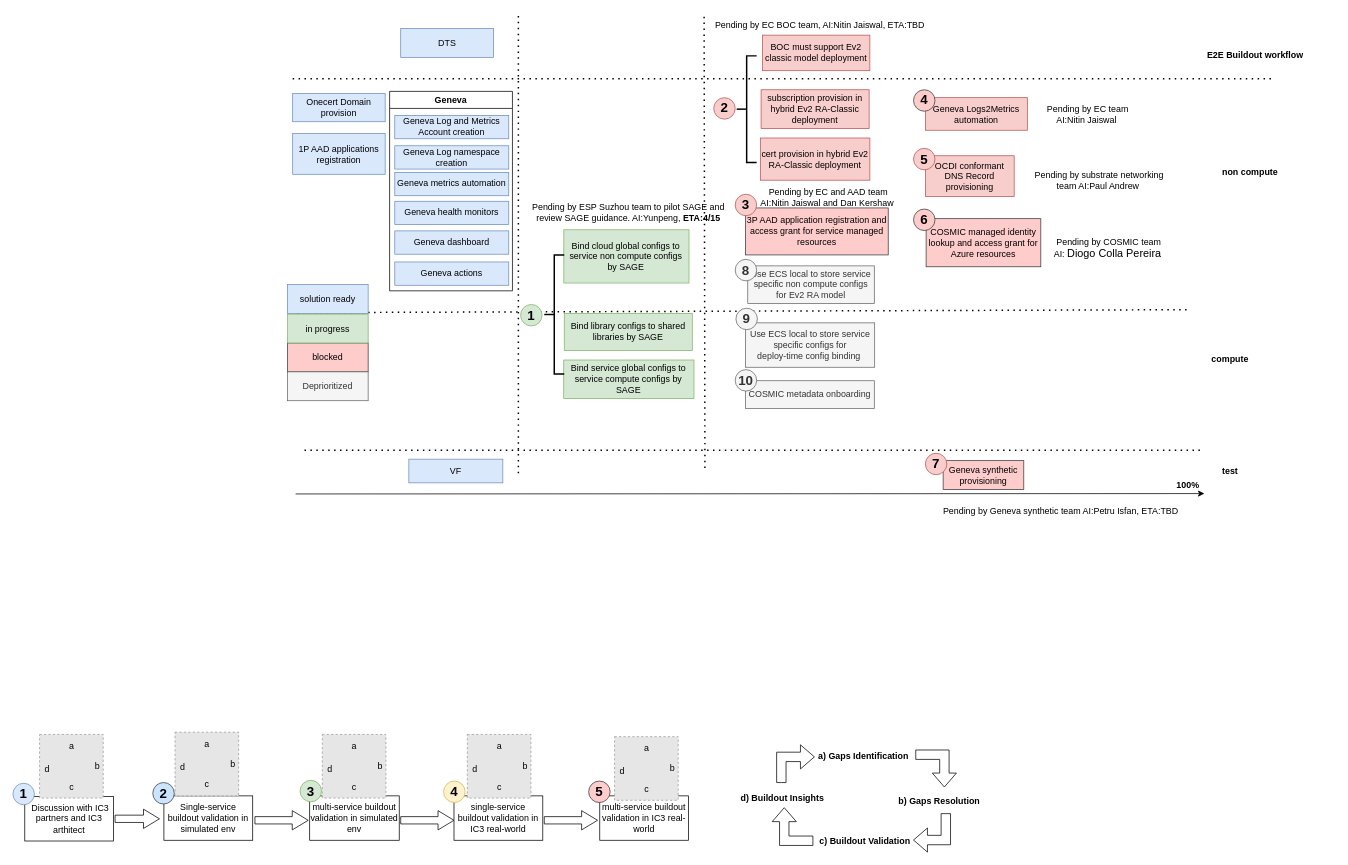
Before: page "automation status overview" (9 of 10) of buildout.drawio in nonly/timewheel, a draw.io diagram. Source tidied: cells renumbered, new cells numbered last; positions are measured from the earlier drawing's top-left corner, leaving out a move shared by most shapes. Both pictures are drawn from the tidied source at 74%, with x=0, y=0 at pixel (13, 13). Pictures stored in the file or linked from it are replaced by grey dashed boxes.
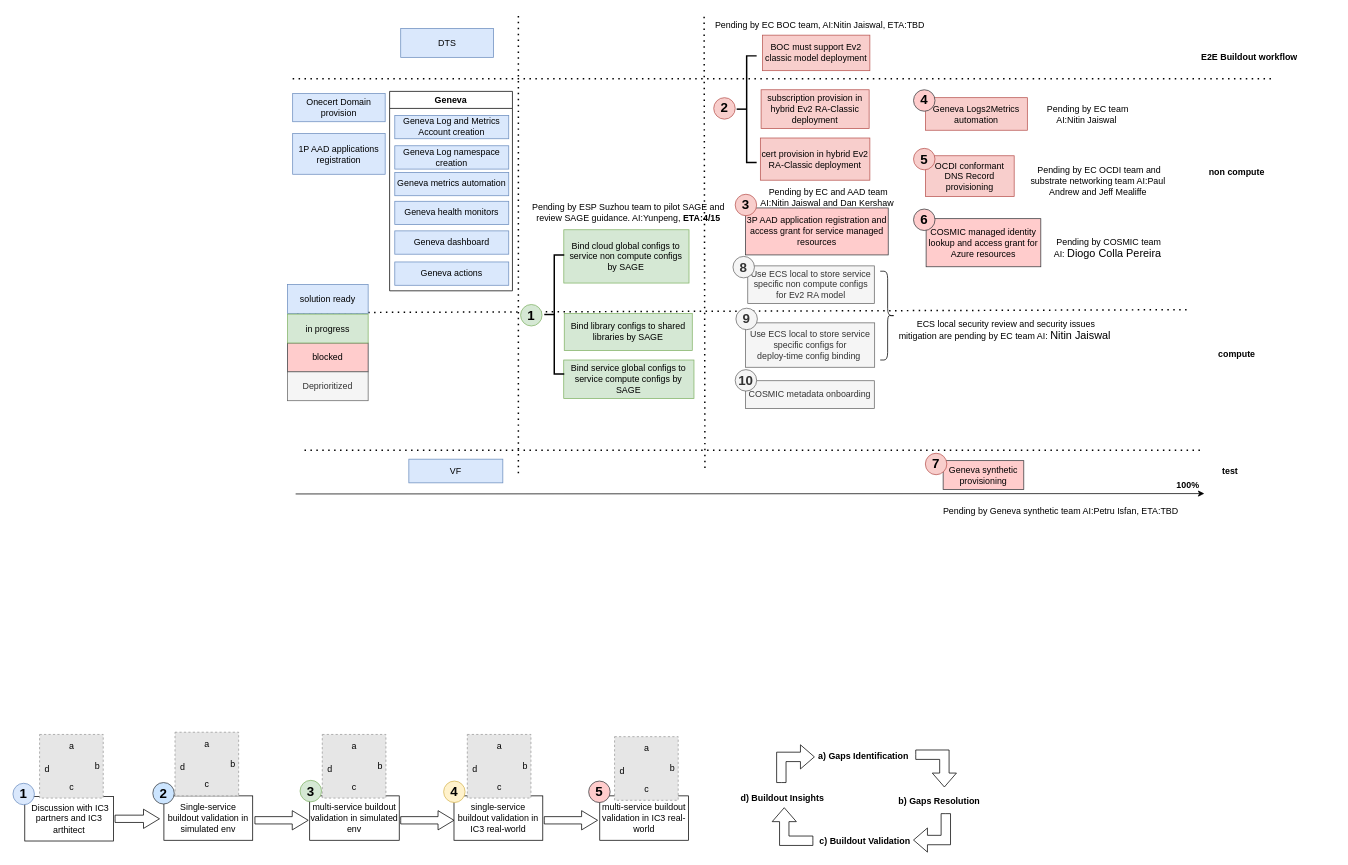
The same page after the edit.

Diff of the diagram source:
```diff
@@
     <mxCell id="18" value="&lt;font style=&quot;font-size: 12px;&quot;&gt;&lt;b&gt;E2E Buildout workflow&lt;/b&gt;&lt;/font&gt;" style="text;html=1;align=center;verticalAlign=middle;whiteSpace=wrap;rounded=0;" parent="1" vertex="1">
-      <mxGeometry x="1571" y="42" width="216" height="30" as="geometry" />
+      <mxGeometry x="1563" y="44" width="216" height="30" as="geometry" />
     </mxCell>
@@
     <mxCell id="20" value="&lt;font style=&quot;font-size: 12px;&quot;&gt;&lt;b&gt;non compute&lt;/b&gt;&lt;/font&gt;" style="text;html=1;align=center;verticalAlign=middle;whiteSpace=wrap;rounded=0;" parent="1" vertex="1">
-      <mxGeometry x="1564" y="199" width="216" height="30" as="geometry" />
+      <mxGeometry x="1546" y="199" width="216" height="30" as="geometry" />
     </mxCell>
@@
     <mxCell id="22" value="&lt;font style=&quot;font-size: 12px;&quot;&gt;&lt;b&gt;compute&lt;/b&gt;&lt;/font&gt;" style="text;html=1;align=center;verticalAlign=middle;whiteSpace=wrap;rounded=0;" parent="1" vertex="1">
-      <mxGeometry x="1537" y="452" width="216" height="30" as="geometry" />
+      <mxGeometry x="1546" y="445" width="216" height="30" as="geometry" />
     </mxCell>
@@
-    <mxCell id="43" value="&lt;font style=&quot;font-size: 12px;&quot;&gt;&amp;nbsp;Pending by substrate networking team AI:Paul Andrew&lt;/font&gt;" style="text;html=1;align=center;verticalAlign=middle;whiteSpace=wrap;rounded=0;" parent="1" vertex="1">
+    <mxCell id="43" value="&lt;font style=&quot;font-size: 12px;&quot;&gt;&amp;nbsp;Pending by EC OCDI team and substrate networking team AI:Paul Andrew and&amp;nbsp;Jeff Mealiffe&lt;/font&gt;" style="text;html=1;align=center;verticalAlign=middle;whiteSpace=wrap;rounded=0;" parent="1" vertex="1">
       <mxGeometry x="1364" y="211" width="205" height="30" as="geometry" />
     </mxCell>
@@
     <mxCell id="112" value="&lt;font size=&quot;1&quot; style=&quot;&quot;&gt;&lt;b style=&quot;font-size: 18px;&quot;&gt;8&lt;/b&gt;&lt;/font&gt;" style="ellipse;whiteSpace=wrap;html=1;strokeWidth=1;fillColor=#f5f5f5;strokeColor=#666666;fontColor=#333333;" parent="1" vertex="1">
-      <mxGeometry x="976" y="332" width="29" height="29" as="geometry" />
+      <mxGeometry x="973" y="328" width="29" height="29" as="geometry" />
     </mxCell>
@@
+    <mxCell id="115" value="&amp;nbsp;ECS local security review and security issues mitigation are pending by EC team AI: &lt;font face=&quot;Calibri, sans-serif&quot;&gt;&lt;span style=&quot;font-size: 14.6667px;&quot;&gt;Nitin Jaiswal&lt;/span&gt;&lt;/font&gt;" style="text;html=1;align=center;verticalAlign=middle;whiteSpace=wrap;rounded=0;" parent="1" vertex="1">
+      <mxGeometry x="1192" y="400.5" width="297.2" height="54.8" as="geometry" />
+    </mxCell>
+    <mxCell id="116" style="shape=curlyBracket;whiteSpace=wrap;html=1;rounded=1;flipH=1;labelPosition=right;verticalLabelPosition=middle;align=left;verticalAlign=middle;" parent="1" vertex="1">
+      <mxGeometry x="1172" y="348" width="20" height="120" as="geometry" />
+    </mxCell>
```
